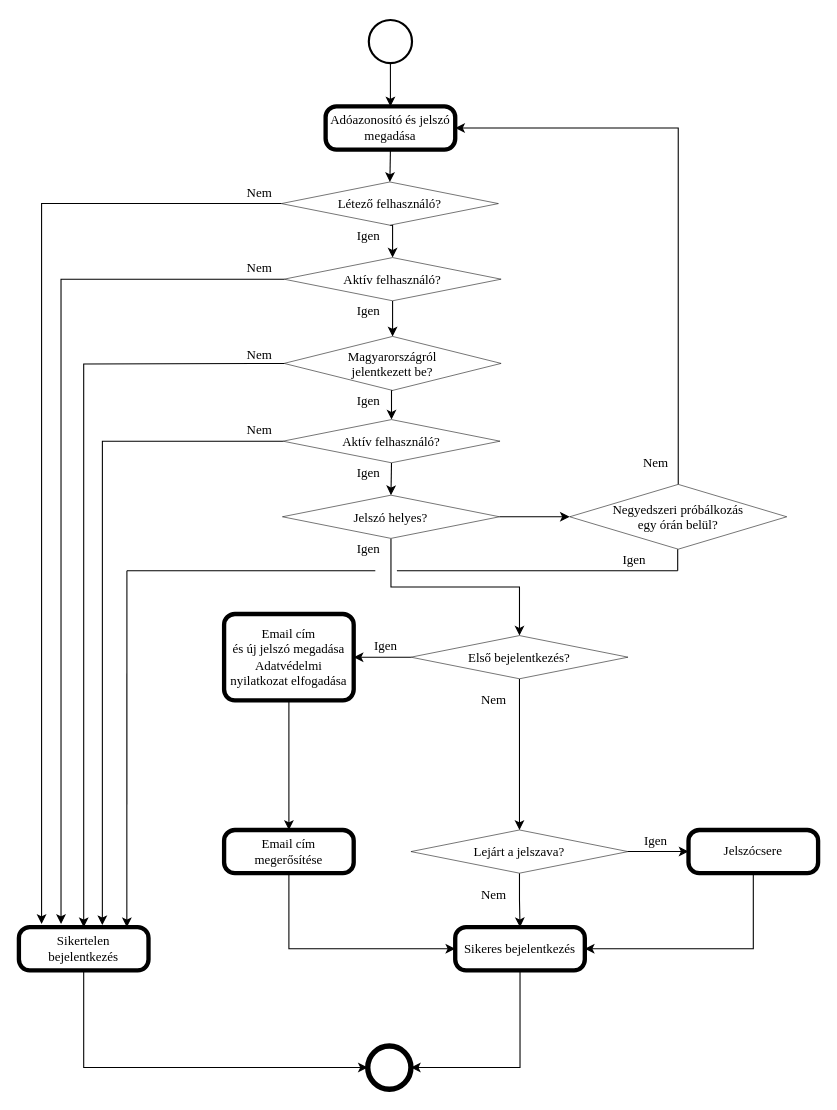
Earlier version of the draw.io diagram Rajzok/webporta_login_activity.drawio (Seevrus/thesis-dms). Source tidied: cells renumbered, new cells numbered last; positions are measured from the earlier drawing's top-left corner, leaving out a move shared by most shapes. Both pictures are drawn from the tidied source at 108%, with x=0, y=0 at pixel (18, 19).
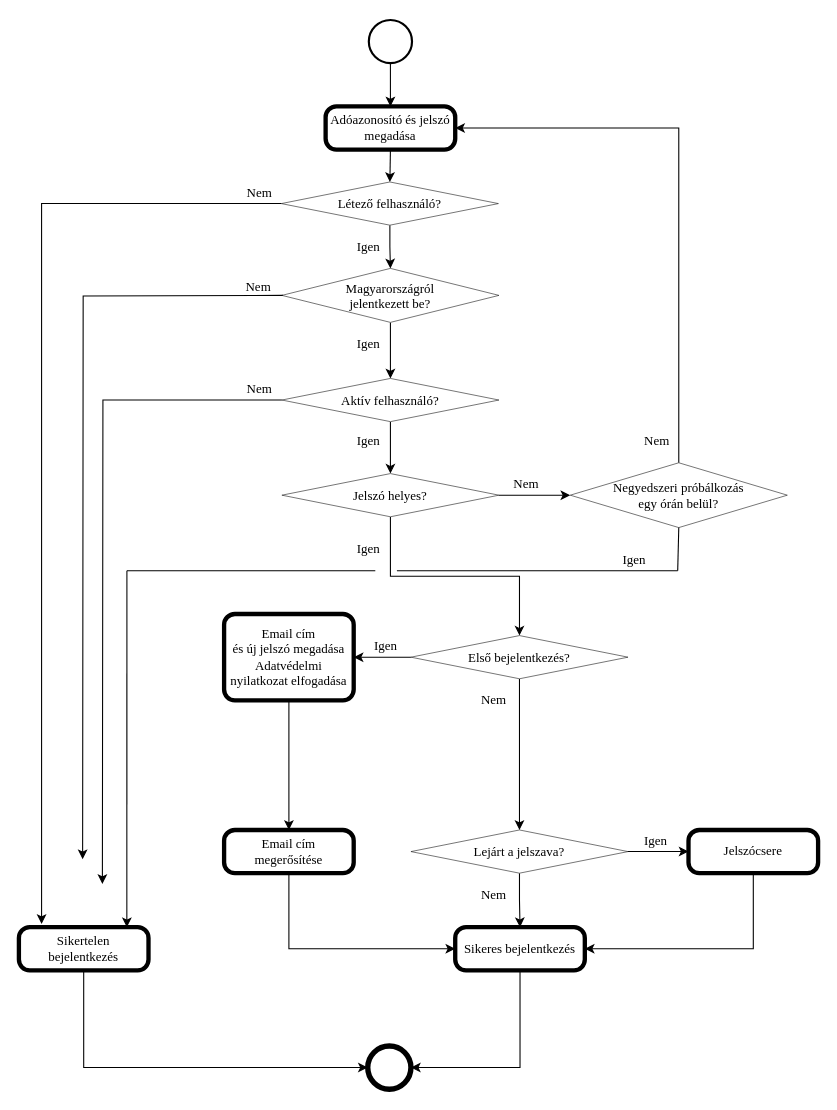
The same page after the edit.

Commit message (it also covers changes not shown here):
WIP: fully functionating login endpoint and UI

Unchanged cells that the change refers to:
```xml
<mxCell id="21" value="Sikertelen&#10;bejelentkezés" style="points=[[0.25,0,0],[0.5,0,0],[0.75,0,0],[1,0.25,0],[1,0.5,0],[1,0.75,0],[0.75,1,0],[0.5,1,0],[0.25,1,0],[0,0.75,0],[0,0.5,0],[0,0.25,0]];shape=mxgraph.bpmn.task;whiteSpace=wrap;rectStyle=rounded;size=10;bpmnShapeType=call;strokeWidth=0.5;top=1;fontFamily=Times New Roman;" parent="1" vertex="1">
  <mxGeometry y="840" width="120" height="40" as="geometry" />
</mxCell>
<mxCell id="35" value="Létező felhasználó?" style="rhombus;strokeWidth=0.5;fontFamily=Times New Roman;" parent="1" vertex="1">
  <mxGeometry x="243" y="150" width="201" height="40" as="geometry" />
</mxCell>
```

Change to the diagram source:
```diff
@@
-    <mxCell id="24" style="edgeStyle=orthogonalEdgeStyle;rounded=0;jettySize=auto;html=1;exitX=0;exitY=0.5;exitDx=0;exitDy=0;entryX=0.325;entryY=-0.075;entryDx=0;entryDy=0;entryPerimeter=0;fontFamily=Times New Roman;" parent="1" edge="1" source="26" target="21">
-      <mxGeometry relative="1" as="geometry" />
-    </mxCell>
-    <mxCell id="25" style="edgeStyle=orthogonalEdgeStyle;rounded=0;jettySize=auto;html=1;exitX=0.5;exitY=1;exitDx=0;exitDy=0;entryX=0.5;entryY=0;entryDx=0;entryDy=0;fontFamily=Times New Roman;" parent="1" edge="1" source="26" target="29">
-      <mxGeometry relative="1" as="geometry" />
-    </mxCell>
-    <mxCell id="26" value="Aktív felhasználó?" style="rhombus;strokeWidth=0.5;fontFamily=Times New Roman;" parent="1" vertex="1">
-      <mxGeometry x="245.5" y="220" width="201" height="40" as="geometry" />
-    </mxCell>
-    <mxCell id="27" style="edgeStyle=orthogonalEdgeStyle;rounded=0;jettySize=auto;html=1;fontFamily=Times New Roman;entryX=0.5;entryY=0;entryDx=0;entryDy=0;entryPerimeter=0;" parent="1" edge="1" target="21">
+    <mxCell id="27" style="edgeStyle=orthogonalEdgeStyle;rounded=0;orthogonalLoop=1;jettySize=auto;html=1;fontFamily=Times New Roman;entryX=0.5;entryY=0;entryDx=0;entryDy=0;entryPerimeter=0;" parent="1" edge="1">
       <mxGeometry relative="1" as="geometry">
-        <mxPoint x="245.5" y="318" as="sourcePoint" />
+        <mxPoint x="244.5" y="255" as="sourcePoint" />
+        <mxPoint x="59" y="777" as="targetPoint" />
       </mxGeometry>
     </mxCell>
@@
     <mxCell id="29" value="Magyarországról&#10;jelentkezett be?" style="rhombus;strokeWidth=0.5;fontFamily=Times New Roman;" parent="1" vertex="1">
-      <mxGeometry x="245.5" y="293" width="201" height="50" as="geometry" />
+      <mxGeometry x="243.5" y="230" width="201" height="50" as="geometry" />
     </mxCell>
-    <mxCell id="30" style="edgeStyle=orthogonalEdgeStyle;rounded=0;jettySize=auto;html=1;exitX=0;exitY=0.5;exitDx=0;exitDy=0;fontFamily=Times New Roman;entryX=0.644;entryY=-0.048;entryDx=0;entryDy=0;entryPerimeter=0;" parent="1" edge="1" source="32" target="21">
-      <mxGeometry relative="1" as="geometry" />
+    <mxCell id="30" style="edgeStyle=orthogonalEdgeStyle;rounded=0;jettySize=auto;html=1;exitX=0;exitY=0.5;exitDx=0;exitDy=0;fontFamily=Times New Roman;entryX=0.644;entryY=-0.048;entryDx=0;entryDy=0;entryPerimeter=0;" parent="1" edge="1" source="32">
+      <mxGeometry relative="1" as="geometry">
+        <mxPoint x="77.3" y="800" as="targetPoint" />
+      </mxGeometry>
     </mxCell>
@@
     <mxCell id="32" value="Aktív felhasználó?" style="rhombus;strokeWidth=0.5;fontFamily=Times New Roman;" parent="1" vertex="1">
-      <mxGeometry x="244.5" y="370" width="201" height="40" as="geometry" />
+      <mxGeometry x="243.5" y="331.9" width="201" height="40" as="geometry" />
     </mxCell>
@@
-    <mxCell id="34" style="edgeStyle=orthogonalEdgeStyle;rounded=0;jettySize=auto;html=1;exitX=0.5;exitY=1;exitDx=0;exitDy=0;entryX=0.5;entryY=0;entryDx=0;entryDy=0;fontFamily=Times New Roman;" parent="1" edge="1" source="35" target="26">
+    <mxCell id="34" style="edgeStyle=orthogonalEdgeStyle;rounded=0;jettySize=auto;html=1;exitX=0.5;exitY=1;exitDx=0;exitDy=0;entryX=0.5;entryY=0;entryDx=0;entryDy=0;fontFamily=Times New Roman;" parent="1" edge="1" source="35" target="29">
       <mxGeometry relative="1" as="geometry" />
     </mxCell>
@@
     <mxCell id="38" value="Jelszó helyes?" style="rhombus;strokeWidth=0.5;fontFamily=Times New Roman;" parent="1" vertex="1">
-      <mxGeometry x="244" y="440" width="201" height="40" as="geometry" />
+      <mxGeometry x="243.5" y="420" width="201" height="40" as="geometry" />
     </mxCell>
@@
     <mxCell id="40" value="Negyedszeri próbálkozás&#10;egy órán belül?" style="rhombus;strokeWidth=0.5;fontFamily=Times New Roman;" parent="1" vertex="1">
-      <mxGeometry x="510" y="430" width="201" height="60" as="geometry" />
+      <mxGeometry x="510.5" y="410" width="201" height="60" as="geometry" />
     </mxCell>
-    <mxCell id="41" style="endArrow=none;html=1;fontFamily=Times New Roman;" parent="1" edge="1">
+    <mxCell id="41" style="endArrow=none;html=1;fontFamily=Times New Roman;entryX=0.5;entryY=1;entryDx=0;entryDy=0;" parent="1" edge="1" target="40">
       <mxGeometry relative="1" as="geometry">
         <mxPoint x="610" y="510" as="sourcePoint" />
-        <mxPoint x="610" y="490" as="targetPoint" />
       </mxGeometry>
     </mxCell>
@@
-    <mxCell id="46" value="Nem" style="text;html=1;strokeColor=none;fillColor=none;align=center;verticalAlign=middle;whiteSpace=wrap;rounded=0;fontFamily=Times New Roman;" parent="1" vertex="1">
-      <mxGeometry x="203" y="220" width="40" height="20" as="geometry" />
-    </mxCell>
     <mxCell id="47" value="Nem" style="text;html=1;strokeColor=none;fillColor=none;align=center;verticalAlign=middle;whiteSpace=wrap;rounded=0;fontFamily=Times New Roman;" parent="1" vertex="1">
-      <mxGeometry x="203" y="300" width="40" height="20" as="geometry" />
+      <mxGeometry x="202" y="237" width="40" height="20" as="geometry" />
     </mxCell>
     <mxCell id="48" value="Nem" style="text;html=1;strokeColor=none;fillColor=none;align=center;verticalAlign=middle;whiteSpace=wrap;rounded=0;fontFamily=Times New Roman;" parent="1" vertex="1">
-      <mxGeometry x="203" y="370" width="40" height="20" as="geometry" />
+      <mxGeometry x="203" y="331.9" width="40" height="20" as="geometry" />
     </mxCell>
@@
     <mxCell id="50" value="Nem" style="text;html=1;strokeColor=none;fillColor=none;align=center;verticalAlign=middle;whiteSpace=wrap;rounded=0;fontFamily=Times New Roman;" parent="1" vertex="1">
-      <mxGeometry x="570" y="400" width="40" height="20" as="geometry" />
+      <mxGeometry x="570.5" y="380" width="40" height="20" as="geometry" />
     </mxCell>
@@
     <mxCell id="53" value="Igen" style="text;html=1;strokeColor=none;fillColor=none;align=center;verticalAlign=middle;whiteSpace=wrap;rounded=0;fontFamily=Times New Roman;" parent="1" vertex="1">
-      <mxGeometry x="304" y="410" width="40" height="20" as="geometry" />
+      <mxGeometry x="304" y="380" width="40" height="20" as="geometry" />
     </mxCell>
     <mxCell id="54" value="Igen" style="text;html=1;strokeColor=none;fillColor=none;align=center;verticalAlign=middle;whiteSpace=wrap;rounded=0;fontFamily=Times New Roman;" parent="1" vertex="1">
-      <mxGeometry x="304" y="343" width="40" height="20" as="geometry" />
+      <mxGeometry x="304" y="290" width="40" height="20" as="geometry" />
     </mxCell>
-    <mxCell id="55" value="Igen" style="text;html=1;strokeColor=none;fillColor=none;align=center;verticalAlign=middle;whiteSpace=wrap;rounded=0;fontFamily=Times New Roman;" parent="1" vertex="1">
-      <mxGeometry x="304" y="260" width="40" height="20" as="geometry" />
-    </mxCell>
     <mxCell id="56" value="Igen" style="text;html=1;strokeColor=none;fillColor=none;align=center;verticalAlign=middle;whiteSpace=wrap;rounded=0;fontFamily=Times New Roman;" parent="1" vertex="1">
-      <mxGeometry x="304" y="190" width="40" height="20" as="geometry" />
+      <mxGeometry x="304" y="200" width="40" height="20" as="geometry" />
     </mxCell>
@@
+    <mxCell id="46" value="Nem" style="text;html=1;strokeColor=none;fillColor=none;align=center;verticalAlign=middle;whiteSpace=wrap;rounded=0;fontFamily=Times New Roman;" parent="1" vertex="1">
+      <mxGeometry x="450" y="420" width="40" height="20" as="geometry" />
+    </mxCell>
```
